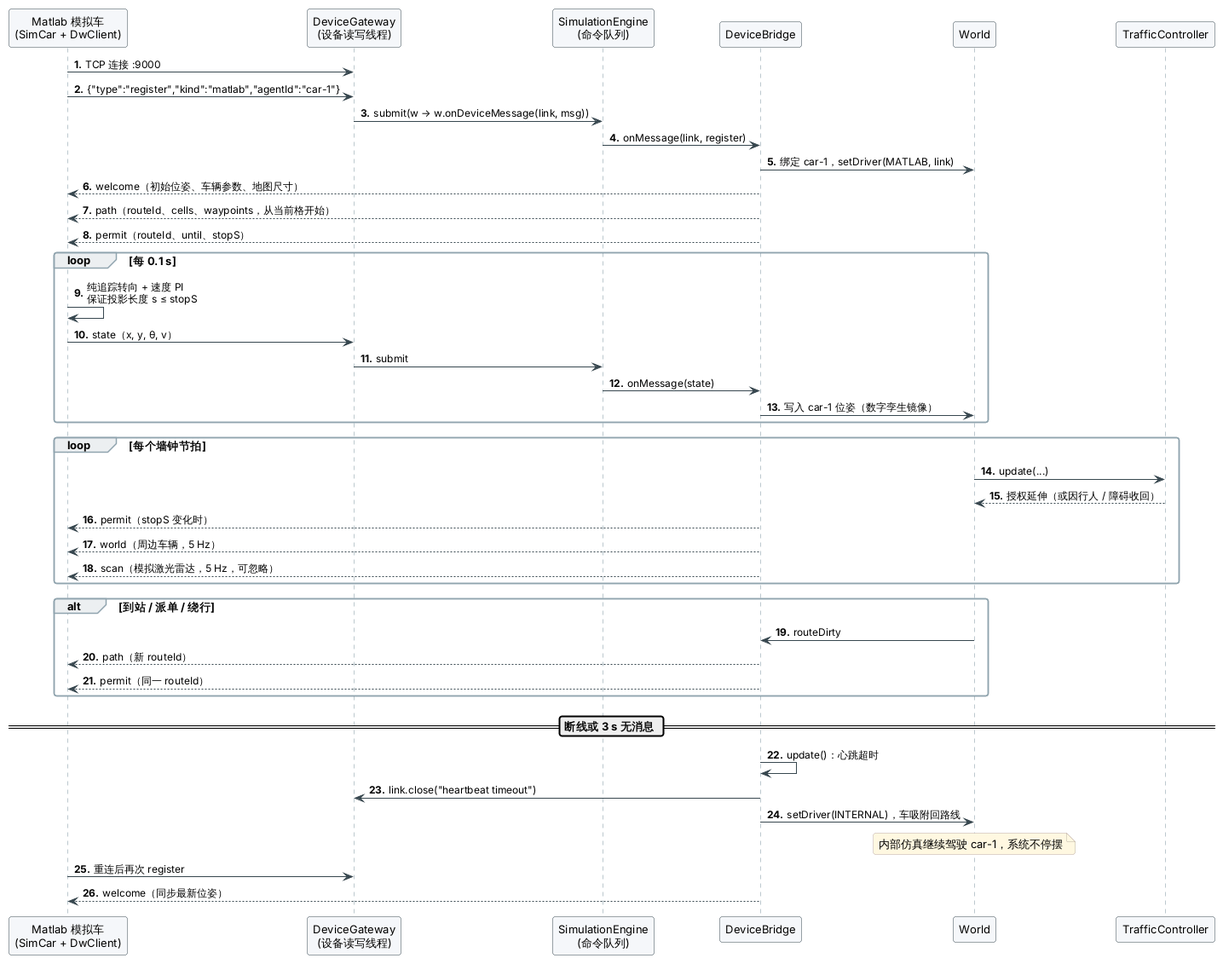
The PlantUML diagram docs/images/uml/seq-device.png in fuzeliang1/ZongC, before a commit. Source of this version:
```plantuml
@startuml seq-device
!include _style.iuml
autonumber "<b>0."

participant "Matlab 模拟车\n(SimCar + DwClient)" as Dev
participant "DeviceGateway\n(设备读写线程)" as Gw
participant "SimulationEngine\n(命令队列)" as Eng
participant "DeviceBridge" as Br
participant "World" as W
participant "TrafficController" as TC

Dev -> Gw : TCP 连接 :9000
Dev -> Gw : {"type":"register","kind":"matlab","agentId":"car-1"}
Gw -> Eng : submit(w → w.onDeviceMessage(link, msg))
Eng -> Br : onMessage(link, register)
Br -> W : 绑定 car-1，setDriver(MATLAB, link)
Br --> Dev : welcome（初始位姿、车辆参数、地图尺寸）
Br --> Dev : path（routeId、cells、waypoints，从当前格开始）
Br --> Dev : permit（routeId、until、stopS）

loop 每 0.1 s
  Dev -> Dev : 纯追踪转向 + 速度 PI\n保证投影长度 s ≤ stopS
  Dev -> Gw : state（x, y, θ, v）
  Gw -> Eng : submit
  Eng -> Br : onMessage(state)
  Br -> W : 写入 car-1 位姿（数字孪生镜像）
end

loop 每个墙钟节拍
  W -> TC : update(...)
  TC --> W : 授权延伸（或因行人 / 障碍收回）
  Br --> Dev : permit（stopS 变化时）
  Br --> Dev : world（周边车辆，5 Hz）
  Br --> Dev : scan（模拟激光雷达，5 Hz，可忽略）
end

alt 到站 / 派单 / 绕行
  W -> Br : routeDirty
  Br --> Dev : path（新 routeId）
  Br --> Dev : permit（同一 routeId）
end

== 断线或 3 s 无消息 ==
Br -> Br : update()：心跳超时
Br -> Gw : link.close("heartbeat timeout")
Br -> W : setDriver(INTERNAL)，车吸附回路线
note over W : 内部仿真继续驾驶 car-1，系统不停摆
Dev -> Gw : 重连后再次 register
Br --> Dev : welcome（同步最新位姿）
@enduml
```
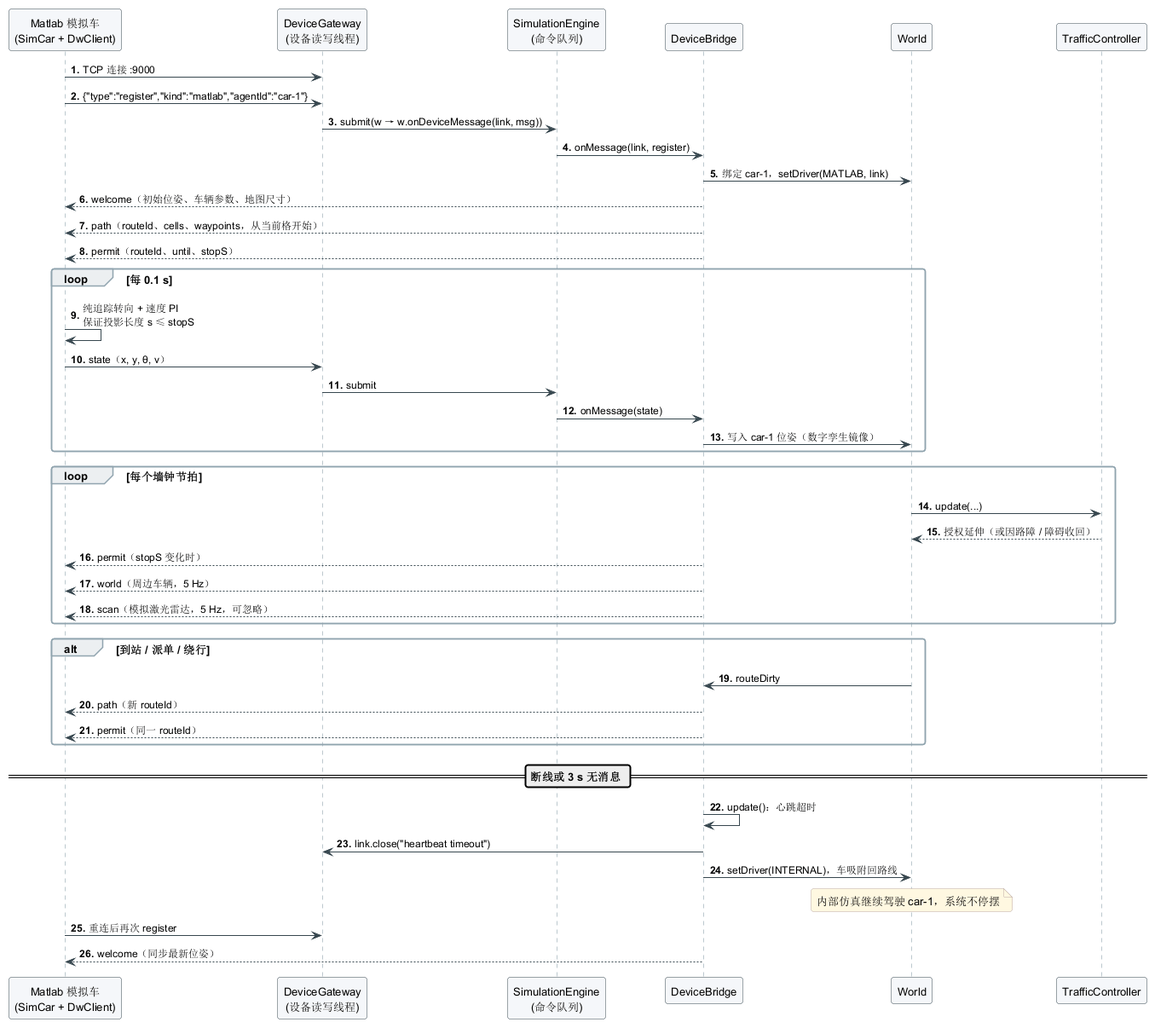
Later version of the same file.

The edit, as a diff of the source:
```diff
@@ -28,7 +28,7 @@
 
 loop 每个墙钟节拍
   W -> TC : update(...)
-  TC --> W : 授权延伸（或因行人 / 障碍收回）
+  TC --> W : 授权延伸（或因路障 / 障碍收回）
   Br --> Dev : permit（stopS 变化时）
   Br --> Dev : world（周边车辆，5 Hz）
   Br --> Dev : scan（模拟激光雷达，5 Hz，可忽略）
```
